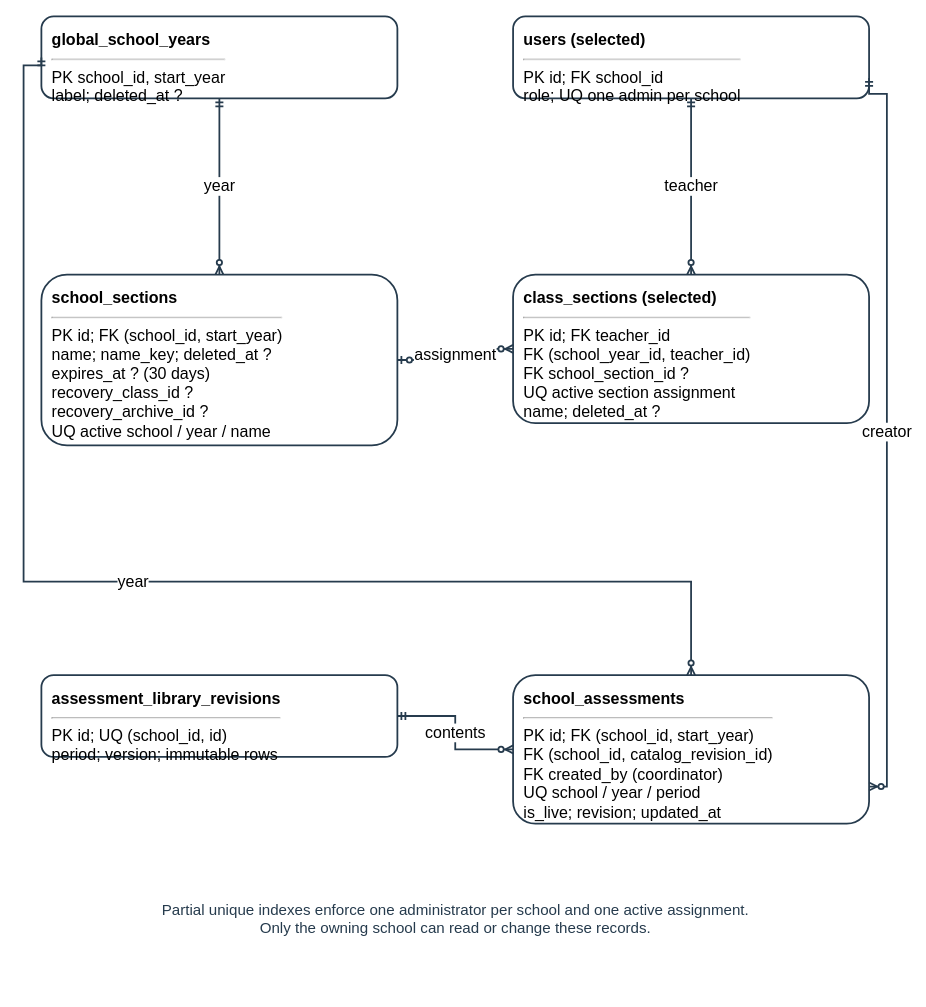
The draw.io diagram docs/diagrams/class-workspaces/figure-26c-school-flow-erd.drawio in AkuSayangKamuJudaSayang/crl-app, before the edit. Source tidied: cells renumbered, new cells numbered last; positions are measured from the earlier drawing's top-left corner, leaving out a move shared by most shapes. Both pictures are drawn from the tidied source at 89%, with x=0, y=0 at pixel (23, 16).
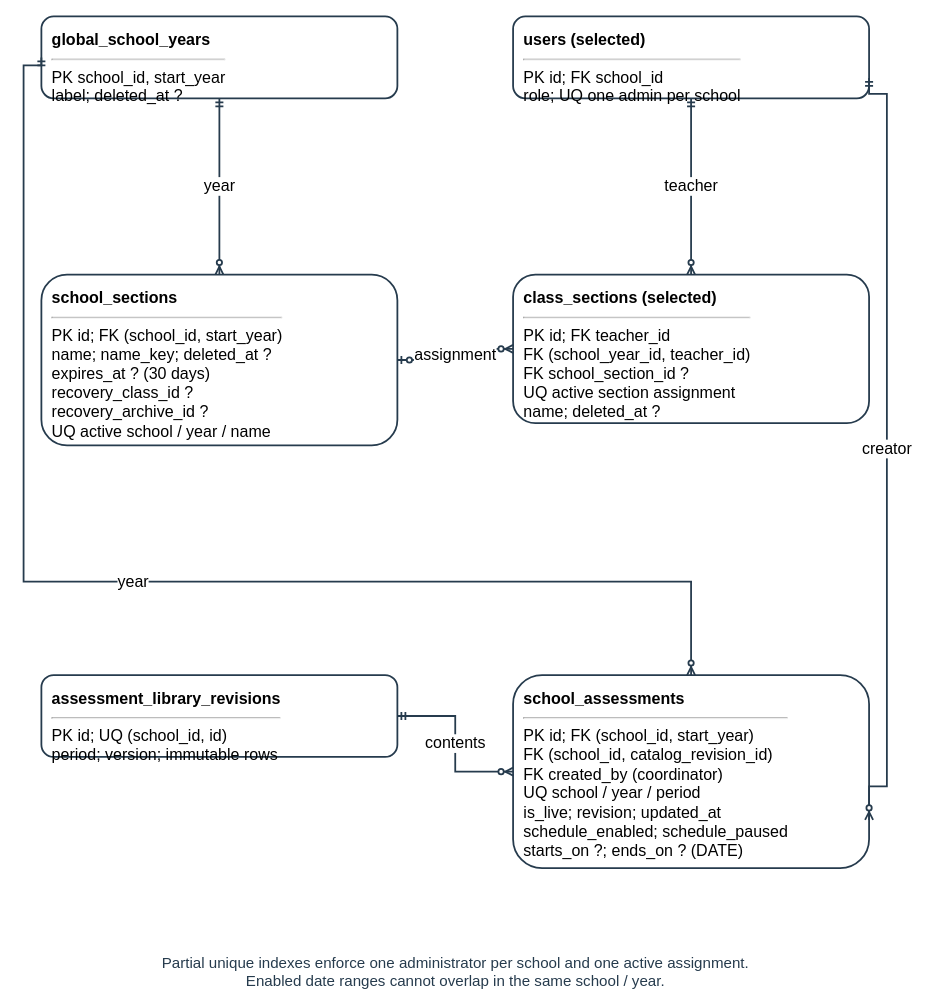
The same page after the edit.

What changed in the source:
```diff
@@
 <mxGraphModel>
   <root>
     <mxCell id="0" />
     <mxCell id="1" parent="0" />
-    <mxCell id="2" value="Partial unique indexes enforce one administrator per school and one active assignment.&lt;br&gt;Only the owning school can read or change these records." style="text;html=1;align=center;verticalAlign=top;fontSize=17;fontColor=#263b4d;fontStyle=0;strokeColor=none;fillColor=none;" parent="1" vertex="1">
-      <mxGeometry x="185" y="988" width="600" height="40.8" as="geometry" />
+    <mxCell id="2" value="Partial unique indexes enforce one administrator per school and one active assignment.&lt;br&gt;Enabled date ranges cannot overlap in the same school / year." style="text;html=1;align=center;verticalAlign=top;fontSize=17;fontColor=#263b4d;fontStyle=0;strokeColor=none;fillColor=none;" parent="1" vertex="1">
+      <mxGeometry x="185" y="1048" width="600" height="40.8" as="geometry" />
     </mxCell>
     <mxCell id="3" value="&lt;b&gt;global_school_years&lt;/b&gt;&lt;br&gt;&lt;hr&gt;PK school_id, start_year&lt;br&gt;label; deleted_at ?" style="rounded=1;html=1;whiteSpace=wrap;fillColor=#ffffff;strokeColor=#263b4d;strokeWidth=2;align=left;verticalAlign=top;spacing=12;fontSize=18;" parent="1" vertex="1">
       <mxGeometry x="20" width="400" height="92" as="geometry" />
     </mxCell>
     <mxCell id="4" value="&lt;b&gt;users (selected)&lt;/b&gt;&lt;br&gt;&lt;hr&gt;PK id; FK school_id&lt;br&gt;role; UQ one admin per school" style="rounded=1;html=1;whiteSpace=wrap;fillColor=#ffffff;strokeColor=#263b4d;strokeWidth=2;align=left;verticalAlign=top;spacing=12;fontSize=18;" parent="1" vertex="1">
       <mxGeometry x="550" width="400" height="92" as="geometry" />
     </mxCell>
     <mxCell id="5" value="&lt;b&gt;school_sections&lt;/b&gt;&lt;br&gt;&lt;hr&gt;PK id; FK (school_id, start_year)&lt;br&gt;name; name_key; deleted_at ?&lt;br&gt;expires_at ? (30 days)&lt;br&gt;recovery_class_id ?&lt;br&gt;recovery_archive_id ?&lt;br&gt;UQ active school / year / name" style="rounded=1;html=1;whiteSpace=wrap;fillColor=#ffffff;strokeColor=#263b4d;strokeWidth=2;align=left;verticalAlign=top;spacing=12;fontSize=18;" parent="1" vertex="1">
       <mxGeometry x="20" y="290" width="400" height="192" as="geometry" />
     </mxCell>
     <mxCell id="6" value="&lt;b&gt;class_sections (selected)&lt;/b&gt;&lt;br&gt;&lt;hr&gt;PK id; FK teacher_id&lt;br&gt;FK (school_year_id, teacher_id)&lt;br&gt;FK school_section_id ?&lt;br&gt;UQ active section assignment&lt;br&gt;name; deleted_at ?" style="rounded=1;html=1;whiteSpace=wrap;fillColor=#ffffff;strokeColor=#263b4d;strokeWidth=2;align=left;verticalAlign=top;spacing=12;fontSize=18;" parent="1" vertex="1">
       <mxGeometry x="550" y="290" width="400" height="167" as="geometry" />
     </mxCell>
     <mxCell id="7" value="&lt;b&gt;assessment_library_revisions&lt;/b&gt;&lt;br&gt;&lt;hr&gt;PK id; UQ (school_id, id)&lt;br&gt;period; version; immutable rows" style="rounded=1;html=1;whiteSpace=wrap;fillColor=#ffffff;strokeColor=#263b4d;strokeWidth=2;align=left;verticalAlign=top;spacing=12;fontSize=18;" parent="1" vertex="1">
       <mxGeometry x="20" y="740" width="400" height="92" as="geometry" />
     </mxCell>
-    <mxCell id="8" value="&lt;b&gt;school_assessments&lt;/b&gt;&lt;br&gt;&lt;hr&gt;PK id; FK (school_id, start_year)&lt;br&gt;FK (school_id, catalog_revision_id)&lt;br&gt;FK created_by (coordinator)&lt;br&gt;UQ school / year / period&lt;br&gt;is_live; revision; updated_at" style="rounded=1;html=1;whiteSpace=wrap;fillColor=#ffffff;strokeColor=#263b4d;strokeWidth=2;align=left;verticalAlign=top;spacing=12;fontSize=18;" parent="1" vertex="1">
-      <mxGeometry x="550" y="740" width="400" height="167" as="geometry" />
+    <mxCell id="8" value="&lt;b&gt;school_assessments&lt;/b&gt;&lt;br&gt;&lt;hr&gt;PK id; FK (school_id, start_year)&lt;br&gt;FK (school_id, catalog_revision_id)&lt;br&gt;FK created_by (coordinator)&lt;br&gt;UQ school / year / period&lt;br&gt;is_live; revision; updated_at&lt;br&gt;schedule_enabled; schedule_paused&lt;br&gt;starts_on ?; ends_on ? (DATE)" style="rounded=1;html=1;whiteSpace=wrap;fillColor=#ffffff;strokeColor=#263b4d;strokeWidth=2;align=left;verticalAlign=top;spacing=12;fontSize=18;" parent="1" vertex="1">
+      <mxGeometry x="550" y="740" width="400" height="217" as="geometry" />
     </mxCell>
     <mxCell id="9" value="year" style="edgeStyle=orthogonalEdgeStyle;rounded=0;html=1;endArrow=none;strokeColor=#263b4d;strokeWidth=2;exitX=0.5;exitY=1;entryX=0.5;entryY=0;fontSize=18;labelBackgroundColor=#ffffff;startArrow=ERmandOne;endArrow=ERzeroToMany;" parent="1" edge="1" source="3" target="5">
       <mxGeometry relative="1" as="geometry" />
     </mxCell>
     <mxCell id="10" value="teacher" style="edgeStyle=orthogonalEdgeStyle;rounded=0;html=1;endArrow=none;strokeColor=#263b4d;strokeWidth=2;exitX=0.5;exitY=1;entryX=0.5;entryY=0;fontSize=18;labelBackgroundColor=#ffffff;startArrow=ERmandOne;endArrow=ERzeroToMany;" parent="1" edge="1" source="4" target="6">
       <mxGeometry relative="1" as="geometry" />
     </mxCell>
     <mxCell id="11" value="assignment" style="edgeStyle=orthogonalEdgeStyle;rounded=0;html=1;endArrow=none;strokeColor=#263b4d;strokeWidth=2;exitX=1;exitY=0.5;entryX=0;entryY=0.5;fontSize=18;labelBackgroundColor=#ffffff;startArrow=ERzeroToOne;endArrow=ERzeroToMany;" parent="1" edge="1" source="5" target="6">
       <mxGeometry relative="1" as="geometry" />
     </mxCell>
     <mxCell id="12" value="contents" style="edgeStyle=orthogonalEdgeStyle;rounded=0;html=1;endArrow=none;strokeColor=#263b4d;strokeWidth=2;exitX=1;exitY=0.5;entryX=0;entryY=0.5;fontSize=18;labelBackgroundColor=#ffffff;startArrow=ERmandOne;endArrow=ERzeroToMany;" parent="1" edge="1" source="7" target="8">
       <mxGeometry relative="1" as="geometry" />
     </mxCell>
     <mxCell id="13" value="year" style="edgeStyle=orthogonalEdgeStyle;rounded=0;html=1;endArrow=none;strokeColor=#263b4d;strokeWidth=2;exitX=0;exitY=0.5;entryX=0.5;entryY=0;fontSize=18;labelBackgroundColor=#ffffff;startArrow=ERmandOne;endArrow=ERzeroToMany;" parent="1" edge="1" source="3" target="8">
       <mxGeometry relative="1" as="geometry">
         <Array as="points">
           <mxPoint y="55" />
           <mxPoint y="635" />
           <mxPoint x="750" y="635" />
         </Array>
       </mxGeometry>
     </mxCell>
     <mxCell id="14" value="creator" style="edgeStyle=orthogonalEdgeStyle;rounded=0;html=1;endArrow=none;strokeColor=#263b4d;strokeWidth=2;exitX=1;exitY=0.75;entryX=1;entryY=0.75;fontSize=18;labelBackgroundColor=#ffffff;startArrow=ERmandOne;endArrow=ERzeroToMany;" parent="1" edge="1" source="4" target="8">
       <mxGeometry relative="1" as="geometry">
         <Array as="points">
           <mxPoint x="970" y="87" />
           <mxPoint x="970" y="865" />
         </Array>
       </mxGeometry>
     </mxCell>
   </root>
 </mxGraphModel>
```
